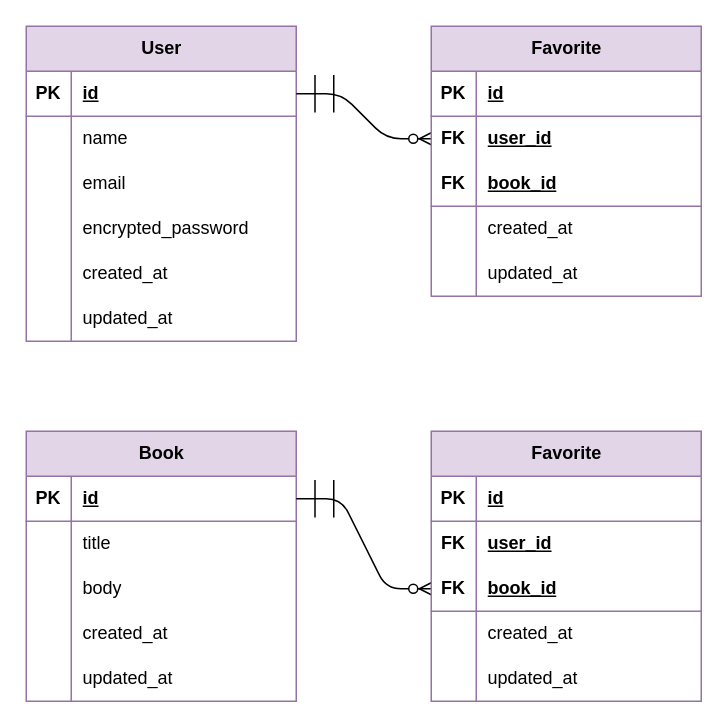
Ganmo3/drawio keeps this draw.io diagram as team_nk/いいね機能.drawio. Above is the earlier version. Source tidied: cells renumbered, new cells numbered last; positions are measured from the earlier drawing's top-left corner, leaving out a move shared by most shapes. Both pictures are drawn from the tidied source at 150%, with x=0, y=0 at pixel (26, 26).
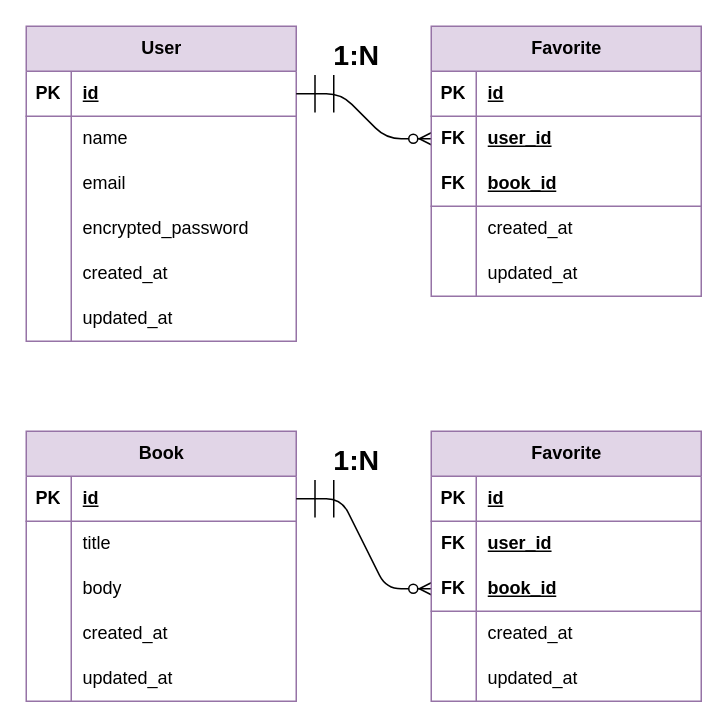
After the change.

Commit message (it also covers changes not shown here):
いいね機能.drawio を更新します

Diff of the diagram source:
```diff
@@
+    <mxCell id="71" value="1:N" style="text;html=1;align=center;verticalAlign=middle;strokeColor=none;fillColor=none;fontSize=19;fontStyle=1;" parent="1" vertex="1">
+      <mxGeometry x="195" width="50" height="40" as="geometry" />
+    </mxCell>
+    <mxCell id="72" value="1:N" style="text;html=1;align=center;verticalAlign=middle;strokeColor=none;fillColor=none;fontSize=19;fontStyle=1;" parent="1" vertex="1">
+      <mxGeometry x="195" y="270" width="50" height="40" as="geometry" />
+    </mxCell>
```
